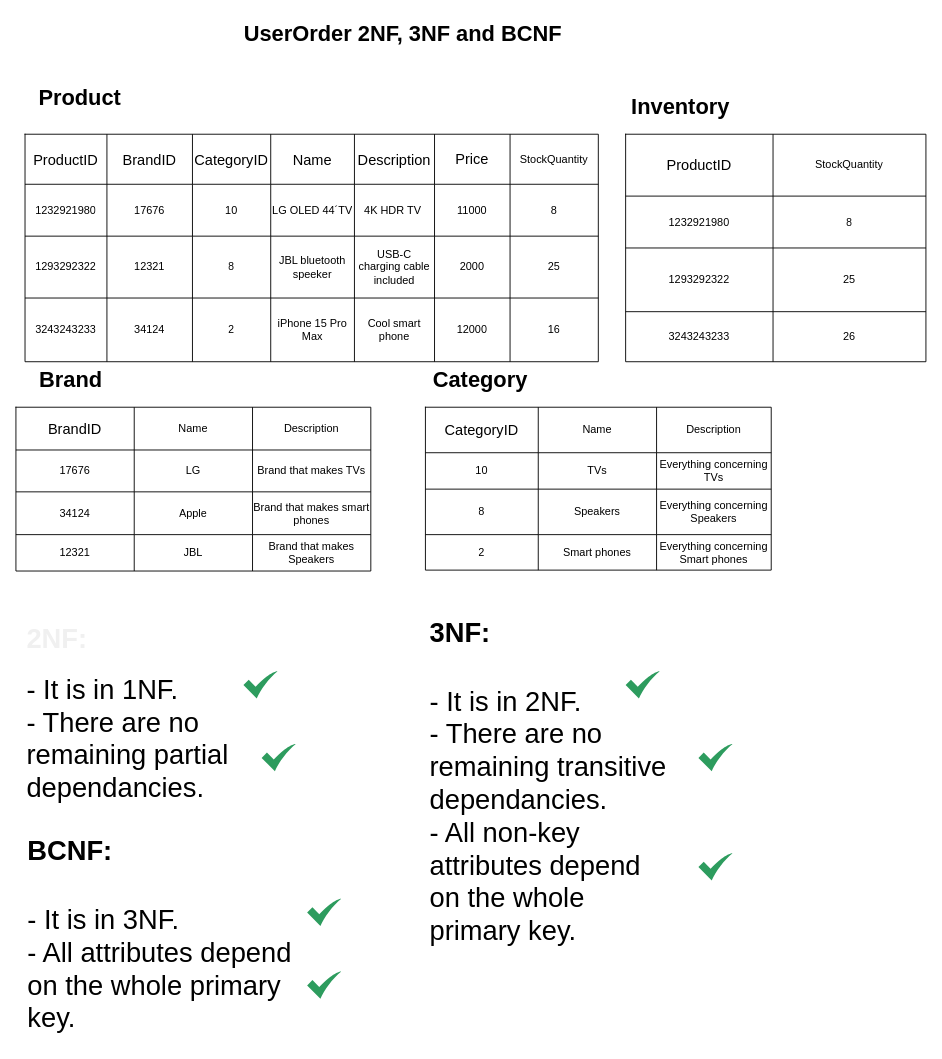
Earlier version of the draw.io diagram page "UserOrder 2NF, 3NF and BCNF" (3 of 4) of database-models/project_ER_diagram_Emil.drawio (emilkle/electromart-ecom-website). Source tidied: cells renumbered, new cells numbered last; positions are measured from the earlier drawing's top-left corner, leaving out a move shared by most shapes. Both pictures are drawn from the tidied source at 91%, with x=0, y=0 at pixel (15, 15).
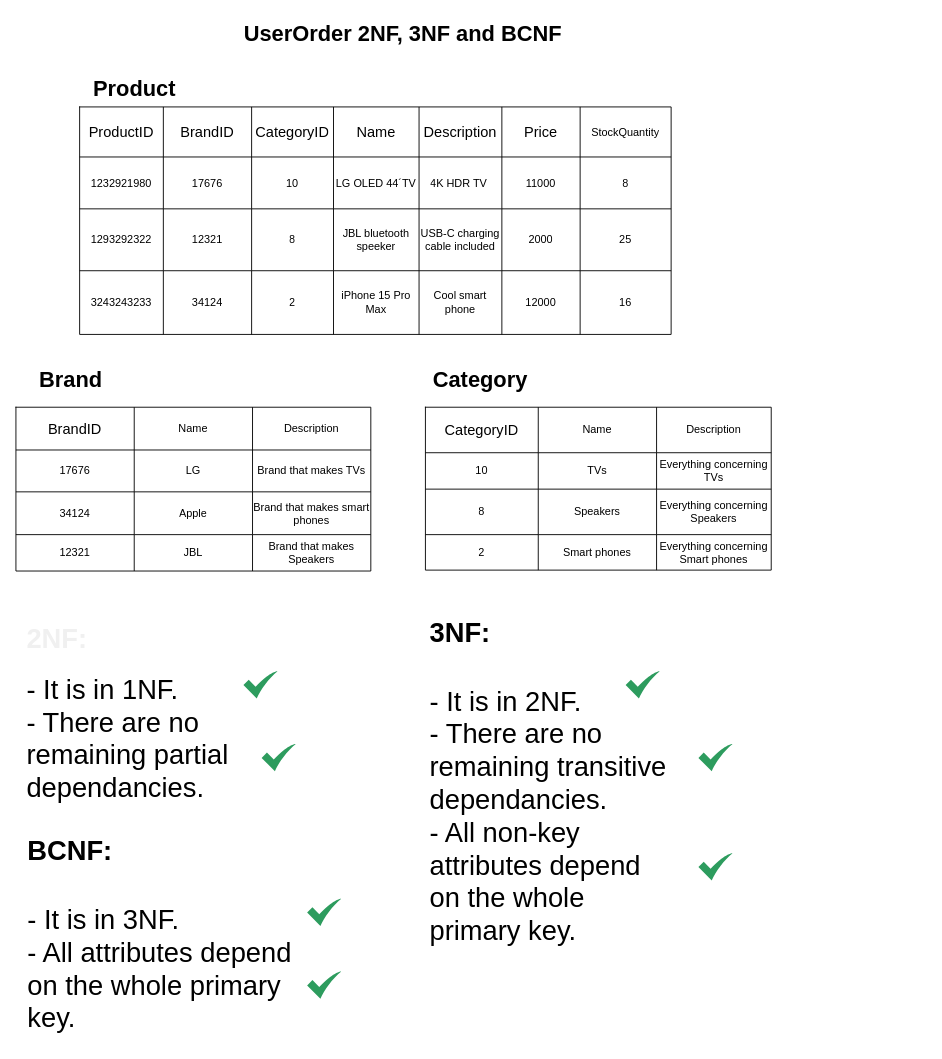
Above is the later version.

The edit, as a diff of the source:
```diff
@@
-    <mxCell id="2" style="shape=table;html=1;whiteSpace=wrap;startSize=0;childLayout=tableLayout;" parent="1" vertex="1">
-      <mxGeometry x="10" y="130" width="630" height="250" as="geometry" />
-    </mxCell>
-    <mxCell id="3" style="shape=tableRow;horizontal=0;startSize=0;swimlaneHead=0;swimlaneBody=0;top=0;left=0;bottom=0;right=0;fillColor=none;" parent="2" vertex="1">
-      <mxGeometry width="630" height="55" as="geometry" />
-    </mxCell>
+    <mxCell id="97" style="shape=table;html=1;whiteSpace=wrap;startSize=0;childLayout=tableLayout;" parent="1" vertex="1">
+      <mxGeometry x="70" y="100" width="650" height="250" as="geometry" />
+    </mxCell>
+    <mxCell id="98" style="shape=tableRow;horizontal=0;startSize=0;swimlaneHead=0;swimlaneBody=0;top=0;left=0;bottom=0;right=0;fillColor=none;" parent="97" vertex="1">
+      <mxGeometry width="650" height="55" as="geometry" />
+    </mxCell>
-    <mxCell id="4" value="&lt;font style=&quot;font-size: 16px;&quot;&gt;ProductID&lt;/font&gt;" style="shape=partialRectangle;html=1;whiteSpace=wrap;fillColor=none;top=0;left=0;bottom=0;right=0;overflow=hidden;" parent="3" vertex="1">
-      <mxGeometry width="90" height="55" as="geometry" />
+    <mxCell id="4" value="&lt;font style=&quot;font-size: 16px;&quot;&gt;ProductID&lt;/font&gt;" style="shape=partialRectangle;html=1;whiteSpace=wrap;fillColor=none;top=0;left=0;bottom=0;right=0;overflow=hidden;" parent="98" vertex="1">
+      <mxGeometry width="92" height="55" as="geometry" />
     </mxCell>
-    <mxCell id="5" value="&lt;span style=&quot;font-size: 16px;&quot;&gt;BrandID&lt;/span&gt;" style="shape=partialRectangle;html=1;whiteSpace=wrap;fillColor=none;top=0;left=0;bottom=0;right=0;overflow=hidden;" parent="3" vertex="1">
-      <mxGeometry x="90" width="94" height="55" as="geometry" />
+    <mxCell id="5" value="&lt;span style=&quot;font-size: 16px;&quot;&gt;BrandID&lt;/span&gt;" style="shape=partialRectangle;html=1;whiteSpace=wrap;fillColor=none;top=0;left=0;bottom=0;right=0;overflow=hidden;" parent="98" vertex="1">
+      <mxGeometry x="92" width="97" height="55" as="geometry" />
     </mxCell>
-    <mxCell id="6" value="&lt;span style=&quot;font-size: 16px;&quot;&gt;CategoryID&lt;/span&gt;" style="shape=partialRectangle;html=1;whiteSpace=wrap;fillColor=none;top=0;left=0;bottom=0;right=0;overflow=hidden;" parent="3" vertex="1">
-      <mxGeometry x="184" width="86" height="55" as="geometry" />
+    <mxCell id="6" value="&lt;span style=&quot;font-size: 16px;&quot;&gt;CategoryID&lt;/span&gt;" style="shape=partialRectangle;html=1;whiteSpace=wrap;fillColor=none;top=0;left=0;bottom=0;right=0;overflow=hidden;" parent="98" vertex="1">
+      <mxGeometry x="189" width="90" height="55" as="geometry" />
     </mxCell>
-    <mxCell id="7" value="&lt;span style=&quot;font-size: 16px;&quot;&gt;Name&lt;/span&gt;" style="shape=partialRectangle;html=1;whiteSpace=wrap;fillColor=none;top=0;left=0;bottom=0;right=0;overflow=hidden;" parent="3" vertex="1">
-      <mxGeometry x="270" width="92" height="55" as="geometry" />
+    <mxCell id="7" value="&lt;span style=&quot;font-size: 16px;&quot;&gt;Name&lt;/span&gt;" style="shape=partialRectangle;html=1;whiteSpace=wrap;fillColor=none;top=0;left=0;bottom=0;right=0;overflow=hidden;" parent="98" vertex="1">
+      <mxGeometry x="279" width="94" height="55" as="geometry" />
     </mxCell>
-    <mxCell id="8" value="&lt;span style=&quot;font-size: 16px;&quot;&gt;Description&lt;/span&gt;" style="shape=partialRectangle;html=1;whiteSpace=wrap;fillColor=none;top=0;left=0;bottom=0;right=0;overflow=hidden;" parent="3" vertex="1">
-      <mxGeometry x="362" width="88" height="55" as="geometry" />
+    <mxCell id="8" value="&lt;span style=&quot;font-size: 16px;&quot;&gt;Description&lt;/span&gt;" style="shape=partialRectangle;html=1;whiteSpace=wrap;fillColor=none;top=0;left=0;bottom=0;right=0;overflow=hidden;" parent="98" vertex="1">
+      <mxGeometry x="373" width="91" height="55" as="geometry" />
     </mxCell>
-    <mxCell id="9" value="&lt;p style=&quot;line-height: 85%;&quot;&gt;&lt;span style=&quot;font-size: 16px;&quot;&gt;Price&lt;/span&gt;&lt;br&gt;&lt;/p&gt;" style="shape=partialRectangle;html=1;whiteSpace=wrap;fillColor=none;top=0;left=0;bottom=0;right=0;overflow=hidden;" parent="3" vertex="1">
-      <mxGeometry x="450" width="83" height="55" as="geometry" />
+    <mxCell id="9" value="&lt;p style=&quot;line-height: 85%;&quot;&gt;&lt;span style=&quot;font-size: 16px;&quot;&gt;Price&lt;/span&gt;&lt;br&gt;&lt;/p&gt;" style="shape=partialRectangle;html=1;whiteSpace=wrap;fillColor=none;top=0;left=0;bottom=0;right=0;overflow=hidden;" parent="98" vertex="1">
+      <mxGeometry x="464" width="86" height="55" as="geometry" />
     </mxCell>
-    <mxCell id="10" value="StockQuantity" style="shape=partialRectangle;html=1;whiteSpace=wrap;fillColor=none;top=0;left=0;bottom=0;right=0;overflow=hidden;" parent="3" vertex="1">
-      <mxGeometry x="533" width="97" height="55" as="geometry" />
-    </mxCell>
-    <mxCell id="11" style="shape=tableRow;horizontal=0;startSize=0;swimlaneHead=0;swimlaneBody=0;top=0;left=0;bottom=0;right=0;fillColor=none;" parent="2" vertex="1">
-      <mxGeometry y="55" width="630" height="57" as="geometry" />
-    </mxCell>
-    <mxCell id="12" value="1232921980" style="shape=partialRectangle;html=1;whiteSpace=wrap;fillColor=none;top=0;left=0;bottom=0;right=0;overflow=hidden;" parent="11" vertex="1">
-      <mxGeometry width="90" height="57" as="geometry" />
-    </mxCell>
+    <mxCell id="99" value="StockQuantity" style="shape=partialRectangle;html=1;whiteSpace=wrap;fillColor=none;top=0;left=0;bottom=0;right=0;overflow=hidden;" parent="98" vertex="1">
+      <mxGeometry x="550" width="100" height="55" as="geometry" />
+    </mxCell>
+    <mxCell id="100" style="shape=tableRow;horizontal=0;startSize=0;swimlaneHead=0;swimlaneBody=0;top=0;left=0;bottom=0;right=0;fillColor=none;" parent="97" vertex="1">
+      <mxGeometry y="55" width="650" height="57" as="geometry" />
+    </mxCell>
+    <mxCell id="101" value="1232921980" style="shape=partialRectangle;html=1;whiteSpace=wrap;fillColor=none;top=0;left=0;bottom=0;right=0;overflow=hidden;" parent="100" vertex="1">
+      <mxGeometry width="92" height="57" as="geometry" />
+    </mxCell>
-    <mxCell id="13" value="17676" style="shape=partialRectangle;html=1;whiteSpace=wrap;fillColor=none;top=0;left=0;bottom=0;right=0;overflow=hidden;" parent="11" vertex="1">
-      <mxGeometry x="90" width="94" height="57" as="geometry" />
+    <mxCell id="13" value="17676" style="shape=partialRectangle;html=1;whiteSpace=wrap;fillColor=none;top=0;left=0;bottom=0;right=0;overflow=hidden;" parent="100" vertex="1">
+      <mxGeometry x="92" width="97" height="57" as="geometry" />
     </mxCell>
-    <mxCell id="14" value="10" style="shape=partialRectangle;html=1;whiteSpace=wrap;fillColor=none;top=0;left=0;bottom=0;right=0;overflow=hidden;" parent="11" vertex="1">
-      <mxGeometry x="184" width="86" height="57" as="geometry" />
+    <mxCell id="14" value="10" style="shape=partialRectangle;html=1;whiteSpace=wrap;fillColor=none;top=0;left=0;bottom=0;right=0;overflow=hidden;" parent="100" vertex="1">
+      <mxGeometry x="189" width="90" height="57" as="geometry" />
     </mxCell>
-    <mxCell id="15" value="LG OLED 44´TV" style="shape=partialRectangle;html=1;whiteSpace=wrap;fillColor=none;top=0;left=0;bottom=0;right=0;overflow=hidden;" parent="11" vertex="1">
-      <mxGeometry x="270" width="92" height="57" as="geometry" />
+    <mxCell id="15" value="LG OLED 44´TV" style="shape=partialRectangle;html=1;whiteSpace=wrap;fillColor=none;top=0;left=0;bottom=0;right=0;overflow=hidden;" parent="100" vertex="1">
+      <mxGeometry x="279" width="94" height="57" as="geometry" />
     </mxCell>
-    <mxCell id="16" value="4K HDR TV&amp;nbsp;" style="shape=partialRectangle;html=1;whiteSpace=wrap;fillColor=none;top=0;left=0;bottom=0;right=0;overflow=hidden;" parent="11" vertex="1">
-      <mxGeometry x="362" width="88" height="57" as="geometry" />
+    <mxCell id="16" value="4K HDR TV&amp;nbsp;" style="shape=partialRectangle;html=1;whiteSpace=wrap;fillColor=none;top=0;left=0;bottom=0;right=0;overflow=hidden;" parent="100" vertex="1">
+      <mxGeometry x="373" width="91" height="57" as="geometry" />
     </mxCell>
-    <mxCell id="17" value="11000" style="shape=partialRectangle;html=1;whiteSpace=wrap;fillColor=none;top=0;left=0;bottom=0;right=0;overflow=hidden;" parent="11" vertex="1">
-      <mxGeometry x="450" width="83" height="57" as="geometry" />
+    <mxCell id="17" value="11000" style="shape=partialRectangle;html=1;whiteSpace=wrap;fillColor=none;top=0;left=0;bottom=0;right=0;overflow=hidden;" parent="100" vertex="1">
+      <mxGeometry x="464" width="86" height="57" as="geometry" />
     </mxCell>
-    <mxCell id="18" value="8" style="shape=partialRectangle;html=1;whiteSpace=wrap;fillColor=none;top=0;left=0;bottom=0;right=0;overflow=hidden;" parent="11" vertex="1">
-      <mxGeometry x="533" width="97" height="57" as="geometry" />
-    </mxCell>
-    <mxCell id="19" style="shape=tableRow;horizontal=0;startSize=0;swimlaneHead=0;swimlaneBody=0;top=0;left=0;bottom=0;right=0;fillColor=none;" parent="2" vertex="1">
-      <mxGeometry y="112" width="630" height="68" as="geometry" />
-    </mxCell>
-    <mxCell id="20" value="1293292322" style="shape=partialRectangle;html=1;whiteSpace=wrap;fillColor=none;top=0;left=0;bottom=0;right=0;overflow=hidden;" parent="19" vertex="1">
-      <mxGeometry width="90" height="68" as="geometry" />
-    </mxCell>
+    <mxCell id="102" value="8" style="shape=partialRectangle;html=1;whiteSpace=wrap;fillColor=none;top=0;left=0;bottom=0;right=0;overflow=hidden;" parent="100" vertex="1">
+      <mxGeometry x="550" width="100" height="57" as="geometry" />
+    </mxCell>
+    <mxCell id="103" style="shape=tableRow;horizontal=0;startSize=0;swimlaneHead=0;swimlaneBody=0;top=0;left=0;bottom=0;right=0;fillColor=none;" parent="97" vertex="1">
+      <mxGeometry y="112" width="650" height="68" as="geometry" />
+    </mxCell>
+    <mxCell id="104" value="1293292322" style="shape=partialRectangle;html=1;whiteSpace=wrap;fillColor=none;top=0;left=0;bottom=0;right=0;overflow=hidden;" parent="103" vertex="1">
+      <mxGeometry width="92" height="68" as="geometry" />
+    </mxCell>
-    <mxCell id="21" value="12321" style="shape=partialRectangle;html=1;whiteSpace=wrap;fillColor=none;top=0;left=0;bottom=0;right=0;overflow=hidden;" parent="19" vertex="1">
-      <mxGeometry x="90" width="94" height="68" as="geometry" />
+    <mxCell id="21" value="12321" style="shape=partialRectangle;html=1;whiteSpace=wrap;fillColor=none;top=0;left=0;bottom=0;right=0;overflow=hidden;" parent="103" vertex="1">
+      <mxGeometry x="92" width="97" height="68" as="geometry" />
     </mxCell>
-    <mxCell id="22" value="8" style="shape=partialRectangle;html=1;whiteSpace=wrap;fillColor=none;top=0;left=0;bottom=0;right=0;overflow=hidden;" parent="19" vertex="1">
-      <mxGeometry x="184" width="86" height="68" as="geometry" />
-    </mxCell>
+    <mxCell id="105" value="8" style="shape=partialRectangle;html=1;whiteSpace=wrap;fillColor=none;top=0;left=0;bottom=0;right=0;overflow=hidden;" parent="103" vertex="1">
+      <mxGeometry x="189" width="90" height="68" as="geometry" />
+    </mxCell>
-    <mxCell id="23" value="JBL bluetooth speeker" style="shape=partialRectangle;html=1;whiteSpace=wrap;fillColor=none;top=0;left=0;bottom=0;right=0;overflow=hidden;" parent="19" vertex="1">
-      <mxGeometry x="270" width="92" height="68" as="geometry" />
+    <mxCell id="23" value="JBL bluetooth speeker" style="shape=partialRectangle;html=1;whiteSpace=wrap;fillColor=none;top=0;left=0;bottom=0;right=0;overflow=hidden;" parent="103" vertex="1">
+      <mxGeometry x="279" width="94" height="68" as="geometry" />
     </mxCell>
-    <mxCell id="24" value="USB-C charging cable included" style="shape=partialRectangle;html=1;whiteSpace=wrap;fillColor=none;top=0;left=0;bottom=0;right=0;overflow=hidden;" parent="19" vertex="1">
-      <mxGeometry x="362" width="88" height="68" as="geometry" />
+    <mxCell id="24" value="USB-C charging cable included" style="shape=partialRectangle;html=1;whiteSpace=wrap;fillColor=none;top=0;left=0;bottom=0;right=0;overflow=hidden;" parent="103" vertex="1">
+      <mxGeometry x="373" width="91" height="68" as="geometry" />
     </mxCell>
-    <mxCell id="25" value="2000" style="shape=partialRectangle;html=1;whiteSpace=wrap;fillColor=none;top=0;left=0;bottom=0;right=0;overflow=hidden;" parent="19" vertex="1">
-      <mxGeometry x="450" width="83" height="68" as="geometry" />
+    <mxCell id="25" value="2000" style="shape=partialRectangle;html=1;whiteSpace=wrap;fillColor=none;top=0;left=0;bottom=0;right=0;overflow=hidden;" parent="103" vertex="1">
+      <mxGeometry x="464" width="86" height="68" as="geometry" />
     </mxCell>
-    <mxCell id="26" value="25" style="shape=partialRectangle;html=1;whiteSpace=wrap;fillColor=none;top=0;left=0;bottom=0;right=0;overflow=hidden;" parent="19" vertex="1">
-      <mxGeometry x="533" width="97" height="68" as="geometry" />
-    </mxCell>
-    <mxCell id="27" style="shape=tableRow;horizontal=0;startSize=0;swimlaneHead=0;swimlaneBody=0;top=0;left=0;bottom=0;right=0;fillColor=none;" parent="2" vertex="1">
-      <mxGeometry y="180" width="630" height="70" as="geometry" />
-    </mxCell>
-    <mxCell id="28" value="3243243233" style="shape=partialRectangle;html=1;whiteSpace=wrap;fillColor=none;top=0;left=0;bottom=0;right=0;overflow=hidden;" parent="27" vertex="1">
-      <mxGeometry width="90" height="70" as="geometry" />
-    </mxCell>
+    <mxCell id="106" value="25" style="shape=partialRectangle;html=1;whiteSpace=wrap;fillColor=none;top=0;left=0;bottom=0;right=0;overflow=hidden;" parent="103" vertex="1">
+      <mxGeometry x="550" width="100" height="68" as="geometry" />
+    </mxCell>
+    <mxCell id="107" style="shape=tableRow;horizontal=0;startSize=0;swimlaneHead=0;swimlaneBody=0;top=0;left=0;bottom=0;right=0;fillColor=none;" parent="97" vertex="1">
+      <mxGeometry y="180" width="650" height="70" as="geometry" />
+    </mxCell>
+    <mxCell id="108" value="3243243233" style="shape=partialRectangle;html=1;whiteSpace=wrap;fillColor=none;top=0;left=0;bottom=0;right=0;overflow=hidden;" parent="107" vertex="1">
+      <mxGeometry width="92" height="70" as="geometry" />
+    </mxCell>
-    <mxCell id="29" value="34124" style="shape=partialRectangle;html=1;whiteSpace=wrap;fillColor=none;top=0;left=0;bottom=0;right=0;overflow=hidden;" parent="27" vertex="1">
-      <mxGeometry x="90" width="94" height="70" as="geometry" />
+    <mxCell id="29" value="34124" style="shape=partialRectangle;html=1;whiteSpace=wrap;fillColor=none;top=0;left=0;bottom=0;right=0;overflow=hidden;" parent="107" vertex="1">
+      <mxGeometry x="92" width="97" height="70" as="geometry" />
     </mxCell>
-    <mxCell id="30" value="2" style="shape=partialRectangle;html=1;whiteSpace=wrap;fillColor=none;top=0;left=0;bottom=0;right=0;overflow=hidden;" parent="27" vertex="1">
-      <mxGeometry x="184" width="86" height="70" as="geometry" />
+    <mxCell id="30" value="2" style="shape=partialRectangle;html=1;whiteSpace=wrap;fillColor=none;top=0;left=0;bottom=0;right=0;overflow=hidden;" parent="107" vertex="1">
+      <mxGeometry x="189" width="90" height="70" as="geometry" />
     </mxCell>
-    <mxCell id="31" value="iPhone 15 Pro Max" style="shape=partialRectangle;html=1;whiteSpace=wrap;fillColor=none;top=0;left=0;bottom=0;right=0;overflow=hidden;" parent="27" vertex="1">
-      <mxGeometry x="270" width="92" height="70" as="geometry" />
+    <mxCell id="31" value="iPhone 15 Pro Max" style="shape=partialRectangle;html=1;whiteSpace=wrap;fillColor=none;top=0;left=0;bottom=0;right=0;overflow=hidden;" parent="107" vertex="1">
+      <mxGeometry x="279" width="94" height="70" as="geometry" />
     </mxCell>
-    <mxCell id="32" value="Cool smart phone" style="shape=partialRectangle;html=1;whiteSpace=wrap;fillColor=none;top=0;left=0;bottom=0;right=0;overflow=hidden;" parent="27" vertex="1">
-      <mxGeometry x="362" width="88" height="70" as="geometry" />
+    <mxCell id="32" value="Cool smart phone" style="shape=partialRectangle;html=1;whiteSpace=wrap;fillColor=none;top=0;left=0;bottom=0;right=0;overflow=hidden;" parent="107" vertex="1">
+      <mxGeometry x="373" width="91" height="70" as="geometry" />
     </mxCell>
-    <mxCell id="33" value="12000" style="shape=partialRectangle;html=1;whiteSpace=wrap;fillColor=none;top=0;left=0;bottom=0;right=0;overflow=hidden;" parent="27" vertex="1">
-      <mxGeometry x="450" width="83" height="70" as="geometry" />
+    <mxCell id="33" value="12000" style="shape=partialRectangle;html=1;whiteSpace=wrap;fillColor=none;top=0;left=0;bottom=0;right=0;overflow=hidden;" parent="107" vertex="1">
+      <mxGeometry x="464" width="86" height="70" as="geometry" />
     </mxCell>
-    <mxCell id="34" value="16" style="shape=partialRectangle;html=1;whiteSpace=wrap;fillColor=none;top=0;left=0;bottom=0;right=0;overflow=hidden;" parent="27" vertex="1">
-      <mxGeometry x="533" width="97" height="70" as="geometry" />
+    <mxCell id="34" value="16" style="shape=partialRectangle;html=1;whiteSpace=wrap;fillColor=none;top=0;left=0;bottom=0;right=0;overflow=hidden;" parent="107" vertex="1">
+      <mxGeometry x="550" width="100" height="70" as="geometry" />
     </mxCell>
@@
     <mxCell id="36" value="Product&lt;br&gt;" style="text;strokeColor=none;fillColor=none;html=1;fontSize=24;fontStyle=1;verticalAlign=middle;align=center;" parent="1" vertex="1">
-      <mxGeometry x="20" y="70" width="100" height="40" as="geometry" />
+      <mxGeometry x="80" y="60" width="100" height="40" as="geometry" />
     </mxCell>
@@
-    <mxCell id="83" style="shape=table;html=1;whiteSpace=wrap;startSize=0;childLayout=tableLayout;" parent="1" vertex="1">
-      <mxGeometry x="670" y="130" width="330" height="250" as="geometry" />
-    </mxCell>
-    <mxCell id="84" style="shape=tableRow;horizontal=0;startSize=0;swimlaneHead=0;swimlaneBody=0;top=0;left=0;bottom=0;right=0;fillColor=none;" parent="83" vertex="1">
-      <mxGeometry width="330" height="68" as="geometry" />
-    </mxCell>
-    <mxCell id="85" value="&lt;span style=&quot;font-size: 16px;&quot;&gt;ProductID&lt;/span&gt;" style="shape=partialRectangle;html=1;whiteSpace=wrap;fillColor=none;top=0;left=0;bottom=0;right=0;overflow=hidden;" parent="84" vertex="1">
-      <mxGeometry width="162" height="68" as="geometry" />
-    </mxCell>
-    <mxCell id="86" value="StockQuantity" style="shape=partialRectangle;html=1;whiteSpace=wrap;fillColor=none;top=0;left=0;bottom=0;right=0;overflow=hidden;" parent="84" vertex="1">
-      <mxGeometry x="162" width="168" height="68" as="geometry" />
-    </mxCell>
-    <mxCell id="87" style="shape=tableRow;horizontal=0;startSize=0;swimlaneHead=0;swimlaneBody=0;top=0;left=0;bottom=0;right=0;fillColor=none;" parent="83" vertex="1">
-      <mxGeometry y="68" width="330" height="57" as="geometry" />
-    </mxCell>
-    <mxCell id="88" value="1232921980" style="shape=partialRectangle;html=1;whiteSpace=wrap;fillColor=none;top=0;left=0;bottom=0;right=0;overflow=hidden;" parent="87" vertex="1">
-      <mxGeometry width="162" height="57" as="geometry" />
-    </mxCell>
-    <mxCell id="89" value="8" style="shape=partialRectangle;html=1;whiteSpace=wrap;fillColor=none;top=0;left=0;bottom=0;right=0;overflow=hidden;" parent="87" vertex="1">
-      <mxGeometry x="162" width="168" height="57" as="geometry" />
-    </mxCell>
-    <mxCell id="90" style="shape=tableRow;horizontal=0;startSize=0;swimlaneHead=0;swimlaneBody=0;top=0;left=0;bottom=0;right=0;fillColor=none;" parent="83" vertex="1">
-      <mxGeometry y="125" width="330" height="70" as="geometry" />
-    </mxCell>
-    <mxCell id="91" value="1293292322" style="shape=partialRectangle;html=1;whiteSpace=wrap;fillColor=none;top=0;left=0;bottom=0;right=0;overflow=hidden;" parent="90" vertex="1">
-      <mxGeometry width="162" height="70" as="geometry" />
-    </mxCell>
-    <mxCell id="92" value="25" style="shape=partialRectangle;html=1;whiteSpace=wrap;fillColor=none;top=0;left=0;bottom=0;right=0;overflow=hidden;" parent="90" vertex="1">
-      <mxGeometry x="162" width="168" height="70" as="geometry" />
-    </mxCell>
-    <mxCell id="93" style="shape=tableRow;horizontal=0;startSize=0;swimlaneHead=0;swimlaneBody=0;top=0;left=0;bottom=0;right=0;fillColor=none;" parent="83" vertex="1">
-      <mxGeometry y="195" width="330" height="55" as="geometry" />
-    </mxCell>
-    <mxCell id="94" value="3243243233" style="shape=partialRectangle;html=1;whiteSpace=wrap;fillColor=none;top=0;left=0;bottom=0;right=0;overflow=hidden;" parent="93" vertex="1">
-      <mxGeometry width="162" height="55" as="geometry" />
-    </mxCell>
-    <mxCell id="95" value="26" style="shape=partialRectangle;html=1;whiteSpace=wrap;fillColor=none;top=0;left=0;bottom=0;right=0;overflow=hidden;" parent="93" vertex="1">
-      <mxGeometry x="162" width="168" height="55" as="geometry" />
-    </mxCell>
-    <mxCell id="96" value="Inventory" style="text;strokeColor=none;fillColor=none;html=1;fontSize=24;fontStyle=1;verticalAlign=middle;align=center;" parent="1" vertex="1">
-      <mxGeometry x="680" y="80" width="100" height="40" as="geometry" />
-    </mxCell>
```
